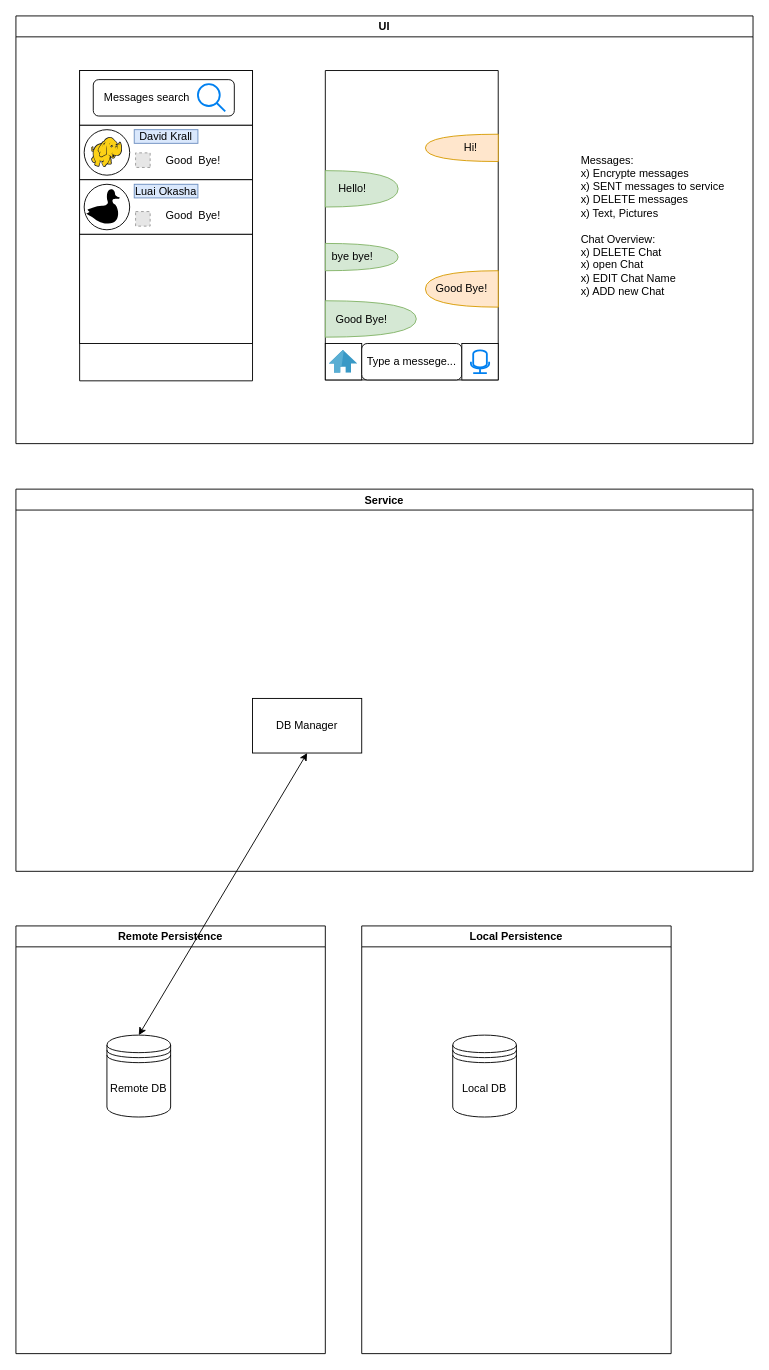
This is Docs/TeleSafe.drawio from okashaluai/Telesafe, a draw.io file, before an edit. Source tidied: cells renumbered, new cells numbered last; positions are measured from the earlier drawing's top-left corner, leaving out a move shared by most shapes. Both pictures are drawn from the tidied source at 91%, with x=0, y=0 at pixel (15, 15). Pictures stored in the file or linked from it are replaced by grey dashed boxes.
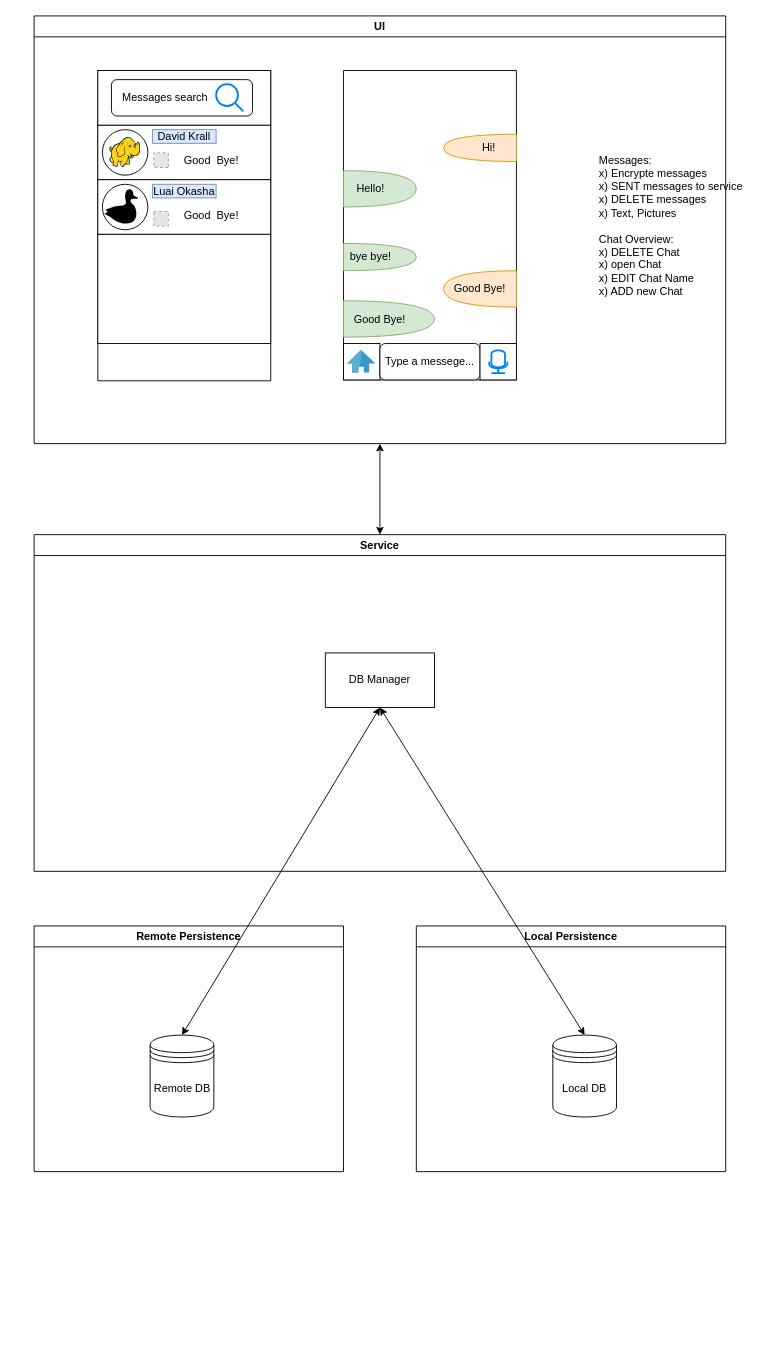
Above is the later version.

The edit, as a diff of the source:
```diff
@@
     <mxCell id="2" value="UI" style="swimlane;" parent="1" vertex="1">
-      <mxGeometry width="810" height="470" as="geometry" />
+      <mxGeometry x="20" width="760" height="470" as="geometry" />
     </mxCell>
@@
     <mxCell id="37" value="Service" style="swimlane;" parent="1" vertex="1">
-      <mxGeometry y="520" width="810" height="420" as="geometry" />
+      <mxGeometry x="20" y="570" width="760" height="370" as="geometry" />
     </mxCell>
     <mxCell id="38" value="DB Manager" style="rounded=0;whiteSpace=wrap;html=1;" parent="37" vertex="1">
-      <mxGeometry x="260" y="230" width="120" height="60" as="geometry" />
+      <mxGeometry x="320" y="130" width="120" height="60" as="geometry" />
     </mxCell>
     <mxCell id="39" value="Remote Persistence" style="swimlane;" parent="1" vertex="1">
-      <mxGeometry y="1000" width="340" height="470" as="geometry" />
+      <mxGeometry x="20" y="1000" width="340" height="270" as="geometry" />
     </mxCell>
     <mxCell id="40" value="Remote DB" style="shape=datastore;whiteSpace=wrap;html=1;" parent="39" vertex="1">
-      <mxGeometry x="100" y="120" width="70" height="90" as="geometry" />
+      <mxGeometry x="127.5" y="120" width="70" height="90" as="geometry" />
     </mxCell>
@@
     <mxCell id="42" value="Local Persistence" style="swimlane;" parent="1" vertex="1">
-      <mxGeometry x="380" y="1000" width="340" height="470" as="geometry" />
+      <mxGeometry x="440" y="1000" width="340" height="270" as="geometry" />
     </mxCell>
     <mxCell id="43" value="Local DB" style="shape=datastore;whiteSpace=wrap;html=1;" parent="42" vertex="1">
-      <mxGeometry x="100" y="120" width="70" height="90" as="geometry" />
+      <mxGeometry x="150" y="120" width="70" height="90" as="geometry" />
     </mxCell>
+    <mxCell id="44" style="endArrow=classic;startArrow=classic;html=1;rounded=0;exitX=0.5;exitY=0;exitDx=0;exitDy=0;entryX=0.5;entryY=1;entryDx=0;entryDy=0;" parent="1" edge="1" source="43" target="38">
+      <mxGeometry relative="1" as="geometry" />
+    </mxCell>
+    <mxCell id="45" style="endArrow=classic;startArrow=classic;html=1;rounded=0;exitX=0.5;exitY=0;exitDx=0;exitDy=0;entryX=0.5;entryY=1;entryDx=0;entryDy=0;" parent="1" edge="1" source="37" target="2">
+      <mxGeometry relative="1" as="geometry" />
+    </mxCell>
```
